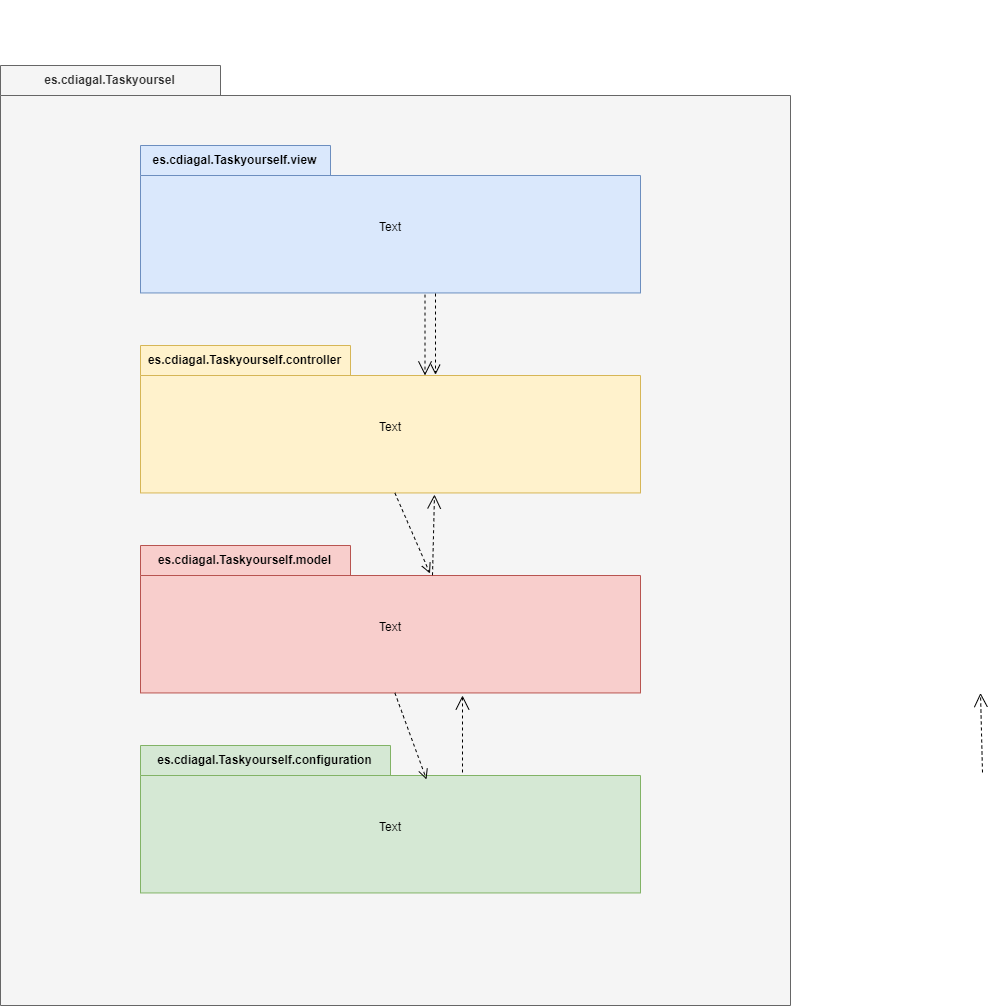
Above: images/diagrama_de_paquetes.drawio.png in Cdiagal/app-project-2 (draw.io), before the change. Source tidied: cells renumbered, new cells last; positions are measured from the earlier drawing's top-left corner, leaving out a move shared by most shapes.
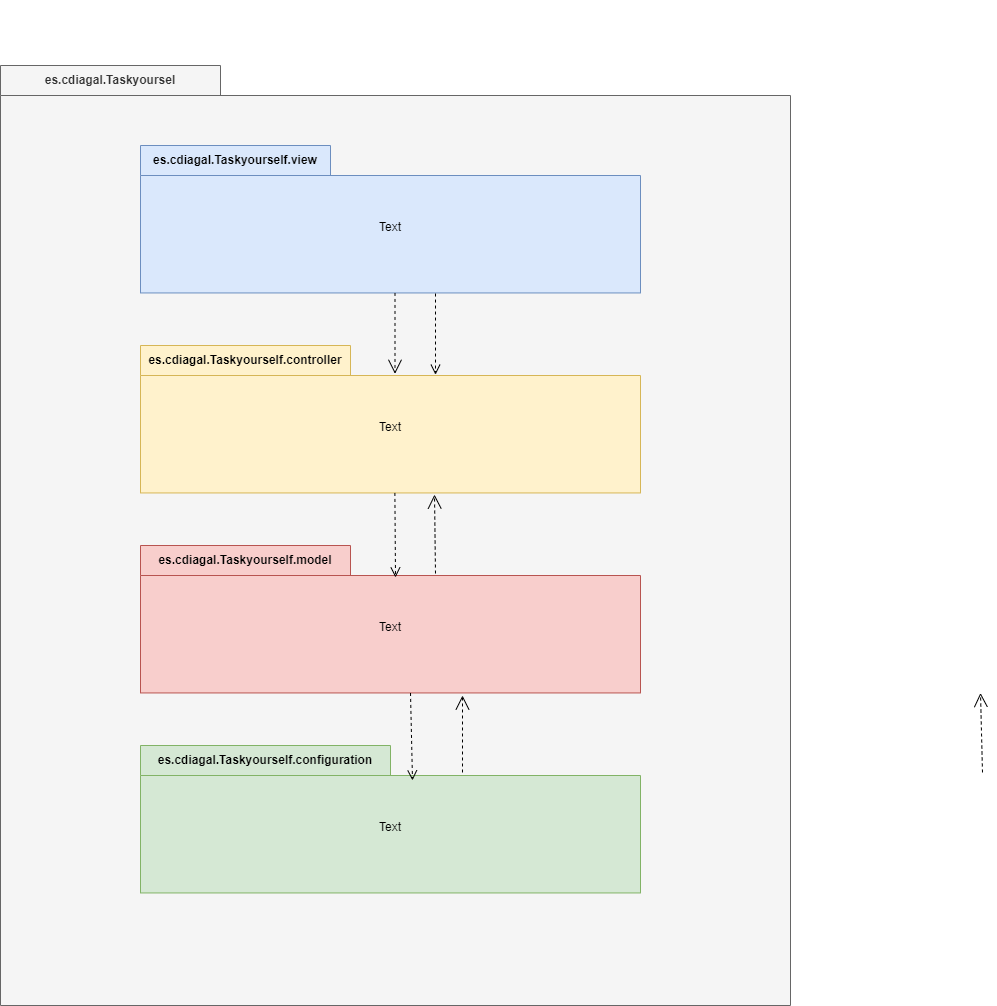
The same file after the commit.

Commit message:
Se modifica el aspecto de los paquetes

The edit, as a diff of the source:
```diff
@@ -45,12 +45,12 @@
     <mxCell id="12" style="endArrow=open;startArrow=none;endFill=0;startFill=0;endSize=8;html=1;verticalAlign=bottom;dashed=1;labelBackgroundColor=none;rounded=0;exitX=0.59;exitY=1.004;exitDx=0;exitDy=0;exitPerimeter=0;entryX=0.59;entryY=0.198;entryDx=0;entryDy=0;entryPerimeter=0;" parent="2" edge="1" source="4" target="10">
       <mxGeometry relative="1" as="geometry" />
     </mxCell>
-    <mxCell id="13" style="endArrow=open;startArrow=none;endFill=0;startFill=0;endSize=8;html=1;verticalAlign=bottom;dashed=1;labelBackgroundColor=none;rounded=0;exitX=0.59;exitY=1.004;exitDx=0;exitDy=0;exitPerimeter=0;entryX=0.572;entryY=0.23;entryDx=0;entryDy=0;entryPerimeter=0;" parent="2" edge="1" target="6">
+    <mxCell id="13" style="endArrow=open;startArrow=none;endFill=0;startFill=0;endSize=8;html=1;verticalAlign=bottom;dashed=1;labelBackgroundColor=none;rounded=0;exitX=0.59;exitY=1.004;exitDx=0;exitDy=0;exitPerimeter=0;entryX=0.544;entryY=0.237;entryDx=0;entryDy=0;entryPerimeter=0;" parent="2" edge="1" target="6">
       <mxGeometry relative="1" as="geometry">
-        <mxPoint x="394.4" y="627.5" as="sourcePoint" />
+        <mxPoint x="410" y="627.5" as="sourcePoint" />
       </mxGeometry>
     </mxCell>
-    <mxCell id="14" style="endArrow=open;startArrow=none;endFill=0;startFill=0;endSize=8;html=1;verticalAlign=bottom;dashed=1;labelBackgroundColor=none;rounded=0;exitX=0.59;exitY=1.004;exitDx=0;exitDy=0;exitPerimeter=0;entryX=0.579;entryY=0.19;entryDx=0;entryDy=0;entryPerimeter=0;" parent="2" edge="1" target="8">
+    <mxCell id="14" style="endArrow=open;startArrow=none;endFill=0;startFill=0;endSize=8;html=1;verticalAlign=bottom;dashed=1;labelBackgroundColor=none;rounded=0;exitX=0.59;exitY=1.004;exitDx=0;exitDy=0;exitPerimeter=0;entryX=0.51;entryY=0.217;entryDx=0;entryDy=0;entryPerimeter=0;" parent="2" edge="1" target="8">
       <mxGeometry relative="1" as="geometry">
         <mxPoint x="394.4" y="427.4" as="sourcePoint" />
       </mxGeometry>
@@ -60,13 +60,14 @@
         <mxPoint x="462" y="630" as="targetPoint" />
       </mxGeometry>
     </mxCell>
-    <mxCell id="16" style="edgeStyle=none;html=1;endArrow=open;endSize=12;dashed=1;verticalAlign=bottom;fontColor=#000000;strokeColor=#000000;exitX=0.569;exitY=1.011;exitDx=0;exitDy=0;exitPerimeter=0;entryX=0.569;entryY=0.203;entryDx=0;entryDy=0;entryPerimeter=0;" parent="2" edge="1" source="4" target="10">
-      <mxGeometry relative="1" as="geometry" />
+    <mxCell id="16" style="edgeStyle=none;html=1;endArrow=open;endSize=12;dashed=1;verticalAlign=bottom;fontColor=#000000;strokeColor=#000000;exitX=0.569;exitY=1.011;exitDx=0;exitDy=0;exitPerimeter=0;entryX=0.569;entryY=0.203;entryDx=0;entryDy=0;entryPerimeter=0;" parent="2" edge="1">
+      <mxGeometry relative="1" as="geometry">
+        <mxPoint x="394.5" y="227.5" as="sourcePoint" />
+        <mxPoint x="394.5" y="308.3" as="targetPoint" />
+      </mxGeometry>
     </mxCell>
-    <mxCell id="17" style="edgeStyle=none;html=1;endArrow=open;endSize=12;dashed=1;verticalAlign=bottom;fontColor=#000000;exitX=0.644;exitY=0.183;exitDx=0;exitDy=0;exitPerimeter=0;entryX=0.588;entryY=1.011;entryDx=0;entryDy=0;entryPerimeter=0;strokeColor=#000000;" parent="2" edge="1" target="10">
-      <mxGeometry relative="1" as="geometry">
-        <mxPoint x="432" y="509.8" as="sourcePoint" />
-      </mxGeometry>
+    <mxCell id="17" style="edgeStyle=none;html=1;endArrow=open;endSize=12;dashed=1;verticalAlign=bottom;fontColor=#000000;exitX=0.59;exitY=0.19;exitDx=0;exitDy=0;exitPerimeter=0;entryX=0.588;entryY=1.011;entryDx=0;entryDy=0;entryPerimeter=0;strokeColor=#000000;" parent="2" edge="1" source="8" target="10">
+      <mxGeometry relative="1" as="geometry" />
     </mxCell>
     <mxCell id="18" value="&lt;font color=&quot;#ffffff&quot;&gt;es.cdiagal.Taskyourself(&lt;/font&gt;" style="text;html=1;align=center;verticalAlign=middle;strokeColor=none;fillColor=none;fontColor=#000000;" parent="1" vertex="1">
       <mxGeometry x="778" width="150" height="30" as="geometry" />
```
